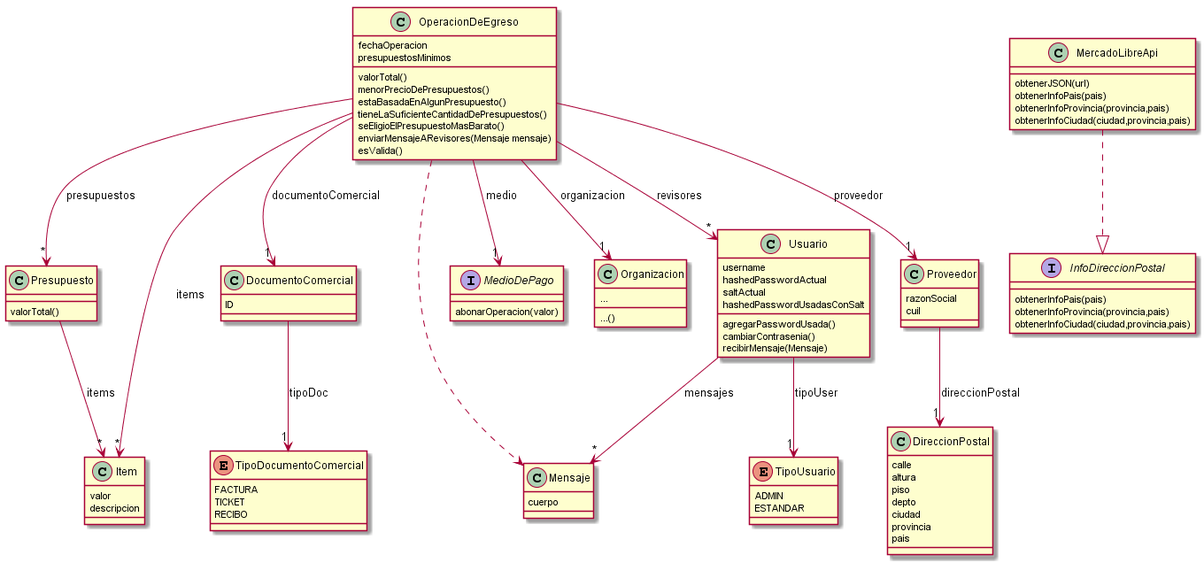
The PlantUML diagram TP GeSoc/Entrega 2/Diagrama de clases - simplificado.png in AlejandroDeheza/DDS-GESOC-2020, before a commit.
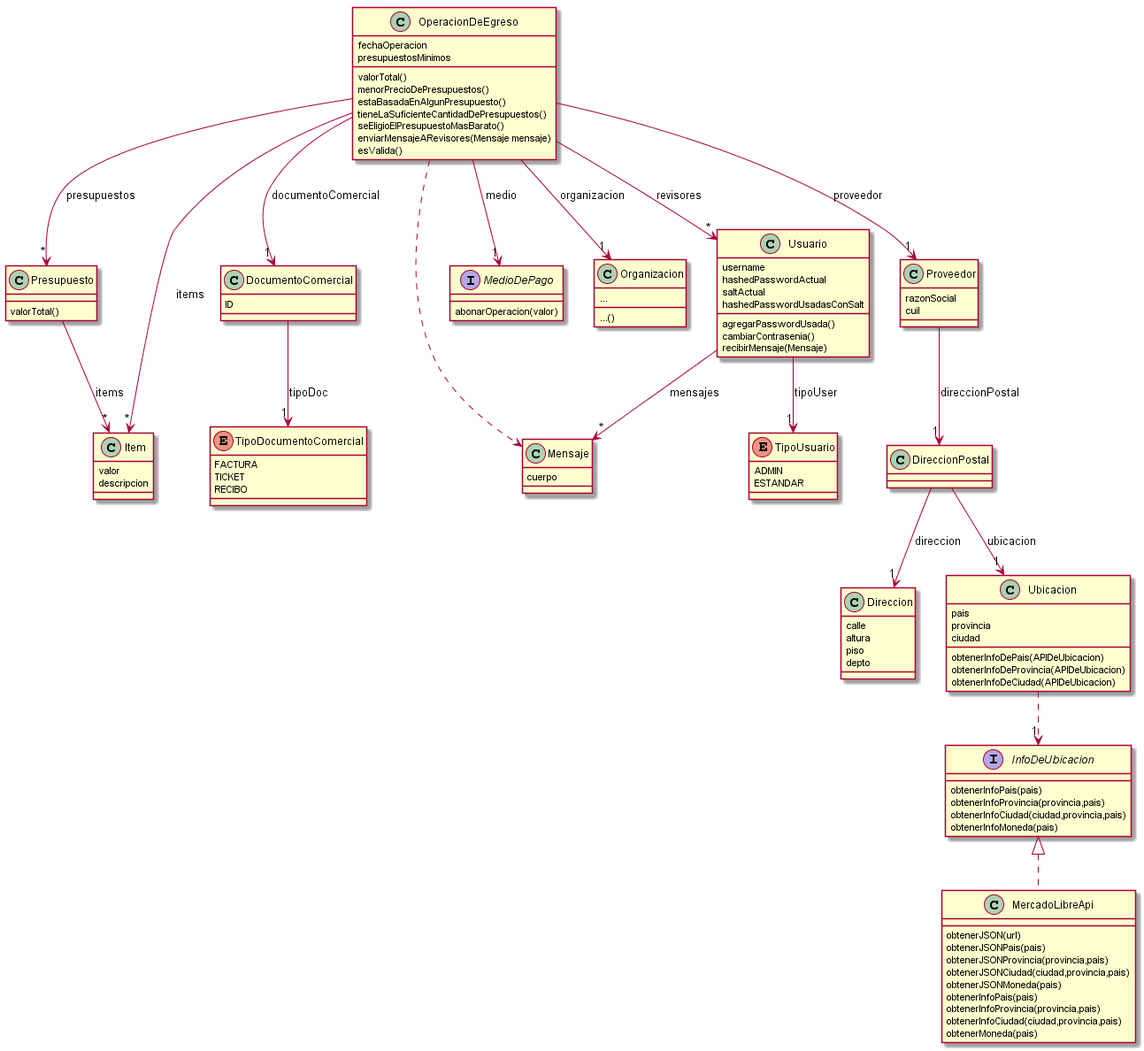
After the commit.

Commit message:
Subido diagrama de clases actualizado

Change to the diagram source:
```diff
@@ -53,27 +53,43 @@
 razonSocial
 cuil
 }
+
 class DireccionPostal{
+}
+
+interface InfoDeUbicacion{
+obtenerInfoPais(pais)
+obtenerInfoProvincia(provincia,pais)
+obtenerInfoCiudad(ciudad,provincia,pais)
+obtenerInfoMoneda(pais)
+}
+
+class MercadoLibreApi{
+obtenerJSON(url)
+obtenerJSONPais(pais)
+obtenerJSONProvincia(provincia,pais)
+obtenerJSONCiudad(ciudad,provincia,pais)
+obtenerJSONMoneda(pais)
+obtenerInfoPais(pais)
+obtenerInfoProvincia(provincia,pais)
+obtenerInfoCiudad(ciudad,provincia,pais)
+obtenerMoneda(pais)
+}
+
+class Direccion{
 calle
 altura
 piso
 depto
-ciudad
-provincia
-pais
 }
 
-interface InfoDireccionPostal{
-obtenerInfoPais(pais)
-obtenerInfoProvincia(provincia,pais)
-obtenerInfoCiudad(ciudad,provincia,pais)
-}
-
-class MercadoLibreApi{
-obtenerJSON(url)
-obtenerInfoPais(pais)
-obtenerInfoProvincia(provincia,pais)
-obtenerInfoCiudad(ciudad,provincia,pais)
+class Ubicacion{
+pais
+provincia
+ciudad
+obtenerInfoDePais(APIDeUbicacion)
+obtenerInfoDeProvincia(APIDeUbicacion)
+obtenerInfoDeCiudad(APIDeUbicacion)
 }
 
 OperacionDeEgreso ..> Mensaje
@@ -89,5 +105,8 @@
 Usuario --> "*" Mensaje: mensajes
 Usuario --> "1" TipoUsuario: tipoUser
 Proveedor --> "1" DireccionPostal: direccionPostal
-MercadoLibreApi ..|> InfoDireccionPostal
+InfoDeUbicacion <|.. MercadoLibreApi
+DireccionPostal --> "1" Direccion: direccion
+DireccionPostal --> "1" Ubicacion: ubicacion
+Ubicacion ..> "1" InfoDeUbicacion
 @enduml
```
